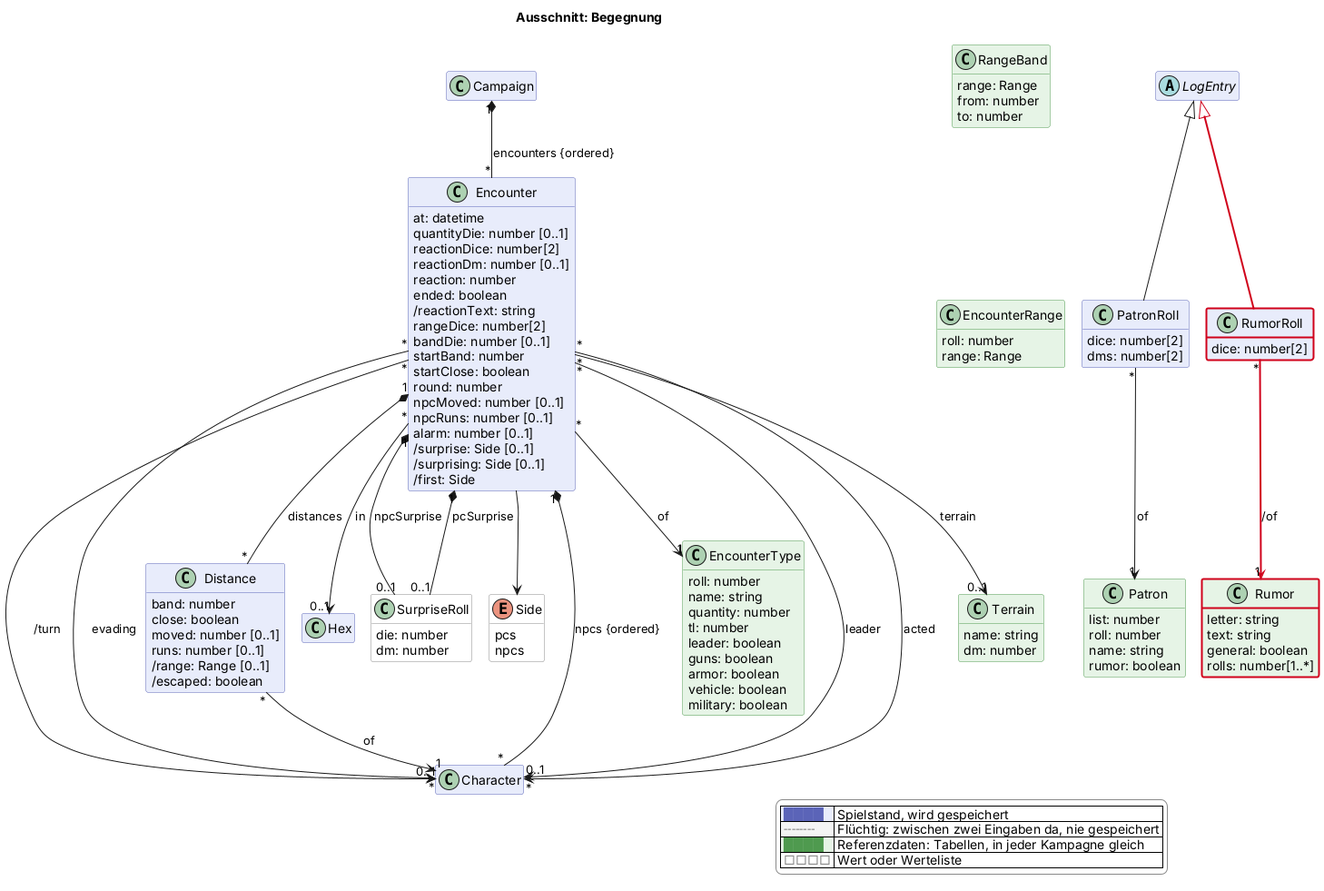
Before: docs/views/begegnung.png, a diagram exported from PlantUML (scuzzar/SRE).
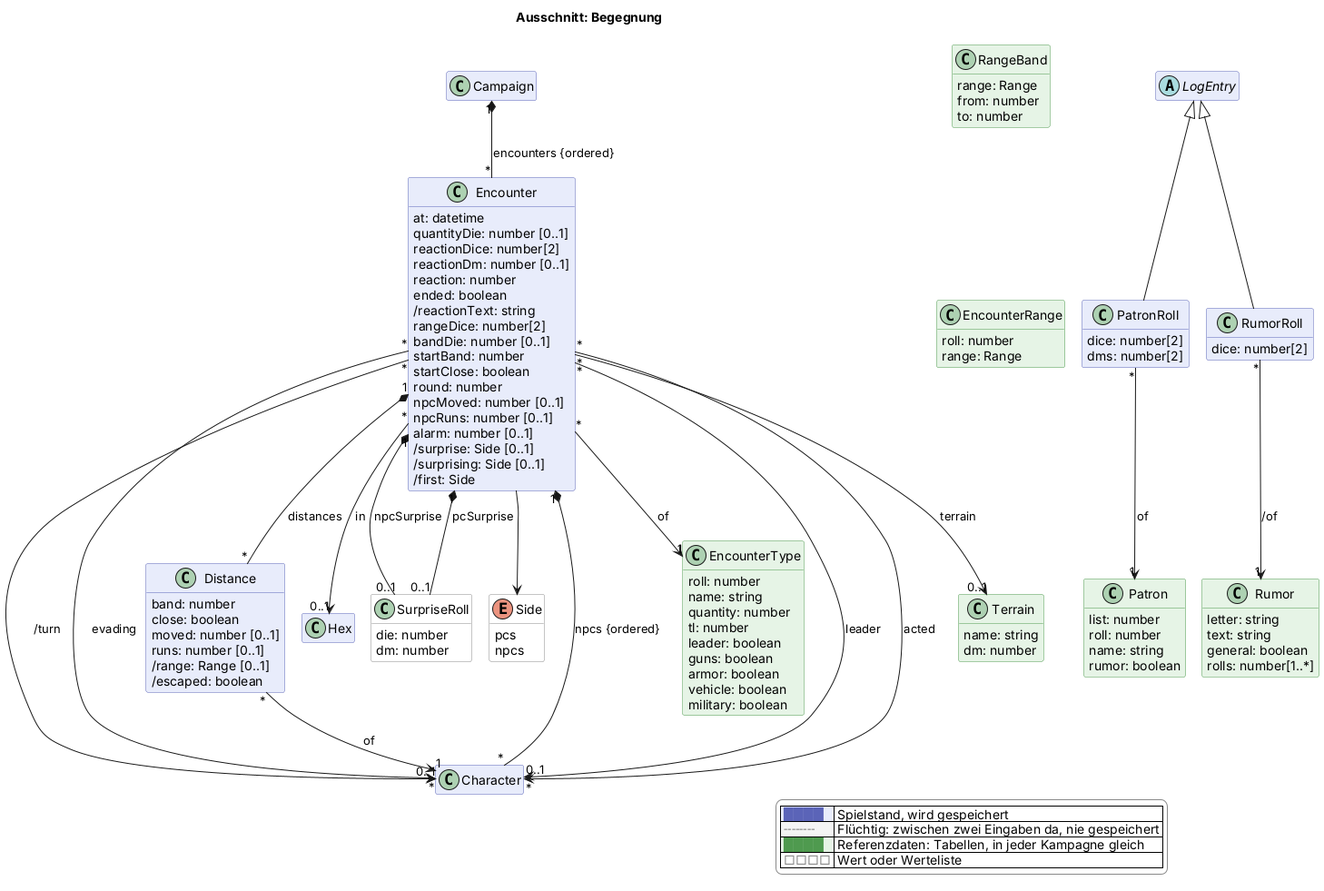
After the change.

Change to the diagram source:
```diff
@@ -77,7 +77,7 @@
     dice: number[2]
     dms: number[2]
   }
-  class RumorRoll $begegnung $newClass("2026-11-12b") {
+  class RumorRoll $begegnung {
     dice: number[2]
   }
 
@@ -147,7 +147,7 @@
     name: string
     rumor: boolean
   }
-  class Rumor <<reference>> $begegnung $newClass("2026-11-12b") {
+  class Rumor <<reference>> $begegnung {
     letter: string
     text: string
     general: boolean
@@ -163,8 +163,8 @@
 
 LogEntry <|-- PatronRoll
 PatronRoll "*" --> "1" Patron : of
-LogEntry <|-$newArrow("2026-11-12b")- RumorRoll
-RumorRoll "*" -$newArrow("2026-11-12b")-> "1" Rumor : /of
+LogEntry <|-- RumorRoll
+RumorRoll "*" --> "1" Rumor : /of
 
 
 
```
